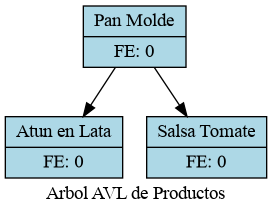
Above: Fronted/static/arbol_avl.png in Mynor-M-50/Proyecto_1_Fase_2_EDD_Mynor_Monzon_1S_2026 (Graphviz), before the change. Its source is kept beside it as Fronted/static/arbol_avl.dot.
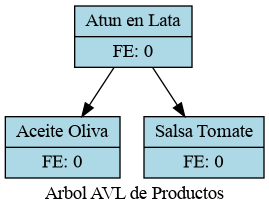
Above is the later version.

Change to the diagram source:
```diff
@@ -1,9 +1,9 @@
 digraph AVL {
 	node [fillcolor=lightblue shape=record style=filled]
 	label="Arbol AVL de Productos"
-	node_134764029014960 [label="{ Pan Molde | FE: 0 }"]
-	node_134764029014960 -> node_134764028490624
-	node_134764028490624 [label="{ Atun en Lata | FE: 0 }"]
-	node_134764029014960 -> node_134764028491200
-	node_134764028491200 [label="{ Salsa Tomate | FE: 0 }"]
+	node_139411396167536 [label="{ Atun en Lata | FE: 0 }"]
+	node_139411396167536 -> node_139411396660640
+	node_139411396660640 [label="{ Aceite Oliva | FE: 0 }"]
+	node_139411396167536 -> node_139411396168112
+	node_139411396168112 [label="{ Salsa Tomate | FE: 0 }"]
 }
```
